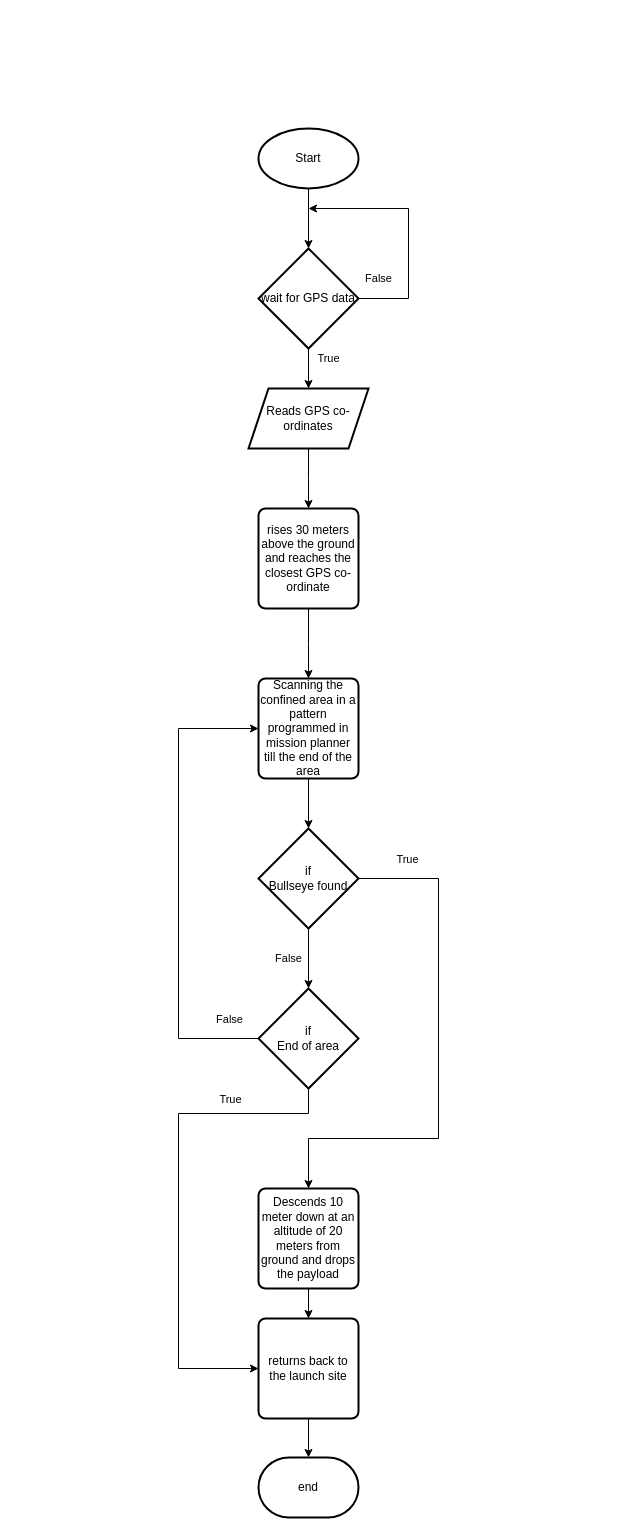
1337encrypted/Draw.io-files keeps this draw.io diagram as SAE-aerothon methodology.drawio. Above is the earlier version. Source tidied: cells renumbered, new cells numbered last; positions are measured from the earlier drawing's top-left corner, leaving out a move shared by most shapes. Both pictures are drawn from the tidied source at 100%, with x=0, y=0 at pixel (178, 128).
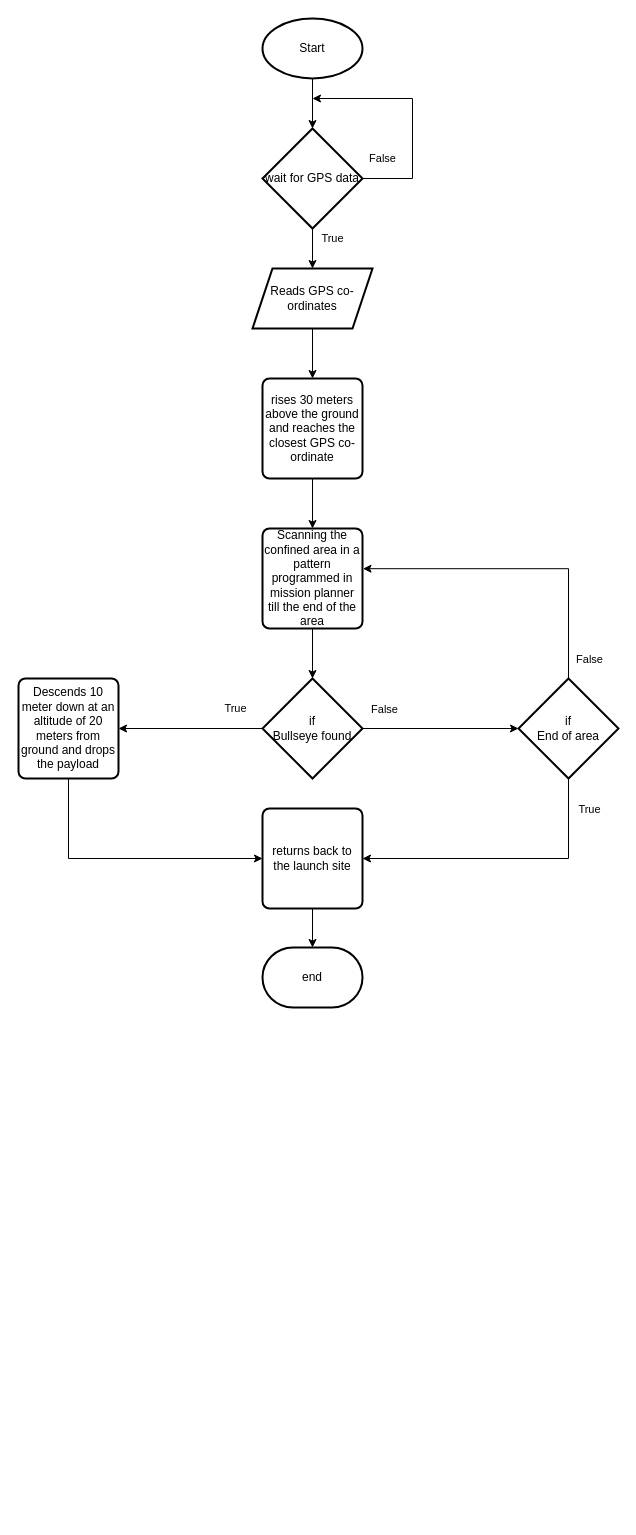
The same diagram, later.

Diff of the diagram source:
```diff
@@
-    <mxCell id="3" style="edgeStyle=orthogonalEdgeStyle;rounded=0;jettySize=auto;html=1;" parent="1" edge="1" source="4">
-      <mxGeometry relative="1" as="geometry">
-        <mxPoint x="130" y="380" as="targetPoint" />
-      </mxGeometry>
+    <mxCell id="3" style="edgeStyle=orthogonalEdgeStyle;rounded=0;jettySize=auto;html=1;entryX=0.5;entryY=0;entryDx=0;entryDy=0;" parent="1" edge="1" source="4" target="12">
+      <mxGeometry relative="1" as="geometry" />
     </mxCell>
     <mxCell id="4" value="Reads GPS co-ordinates" style="shape=parallelogram;perimeter=parallelogramPerimeter;whiteSpace=wrap;html=1;fixedSize=1;strokeWidth=2;" parent="1" vertex="1">
-      <mxGeometry x="70" y="260" width="120" height="60" as="geometry" />
+      <mxGeometry x="74" y="140" width="120" height="60" as="geometry" />
     </mxCell>
@@
     <mxCell id="6" value="Start" style="strokeWidth=2;html=1;shape=mxgraph.flowchart.start_1;whiteSpace=wrap;" parent="1" vertex="1">
-      <mxGeometry x="80" width="100" height="60" as="geometry" />
+      <mxGeometry x="84" y="-110" width="100" height="60" as="geometry" />
     </mxCell>
@@
     <mxCell id="8" value="returns back to the launch site" style="rounded=1;whiteSpace=wrap;html=1;absoluteArcSize=1;arcSize=14;strokeWidth=2;" parent="1" vertex="1">
-      <mxGeometry x="80" y="1190" width="100" height="100" as="geometry" />
+      <mxGeometry x="84" y="680" width="100" height="100" as="geometry" />
     </mxCell>
-    <mxCell id="9" style="edgeStyle=orthogonalEdgeStyle;rounded=0;jettySize=auto;html=1;entryX=0.5;entryY=0;entryDx=0;entryDy=0;" parent="1" edge="1" source="10" target="8">
-      <mxGeometry relative="1" as="geometry" />
-    </mxCell>
-    <mxCell id="10" value="Descends 10 meter down at an altitude of 20 meters from ground and drops the payload" style="rounded=1;whiteSpace=wrap;html=1;absoluteArcSize=1;arcSize=14;strokeWidth=2;" parent="1" vertex="1">
-      <mxGeometry x="80" y="1060" width="100" height="100" as="geometry" />
-    </mxCell>
-    <mxCell id="11" style="edgeStyle=orthogonalEdgeStyle;rounded=0;jettySize=auto;html=1;entryX=0.5;entryY=0;entryDx=0;entryDy=0;entryPerimeter=0;" parent="1" edge="1" source="12">
-      <mxGeometry relative="1" as="geometry">
-        <mxPoint x="130" y="550" as="targetPoint" />
-      </mxGeometry>
+    <mxCell id="11" style="edgeStyle=orthogonalEdgeStyle;rounded=0;jettySize=auto;html=1;entryX=0.5;entryY=0;entryDx=0;entryDy=0;" parent="1" edge="1" source="12" target="14">
+      <mxGeometry relative="1" as="geometry" />
     </mxCell>
     <mxCell id="12" value="rises 30 meters above the ground and reaches the closest GPS co-ordinate" style="rounded=1;whiteSpace=wrap;html=1;absoluteArcSize=1;arcSize=14;strokeWidth=2;" parent="1" vertex="1">
-      <mxGeometry x="80" y="380" width="100" height="100" as="geometry" />
+      <mxGeometry x="84" y="250" width="100" height="100" as="geometry" />
     </mxCell>
@@
     <mxCell id="14" value="Scanning the confined area in a pattern programmed in mission planner till the end of the area" style="rounded=1;whiteSpace=wrap;html=1;absoluteArcSize=1;arcSize=14;strokeWidth=2;" parent="1" vertex="1">
-      <mxGeometry x="80" y="550" width="100" height="100" as="geometry" />
+      <mxGeometry x="84" y="400" width="100" height="100" as="geometry" />
     </mxCell>
     <mxCell id="15" value="end" style="strokeWidth=2;html=1;shape=mxgraph.flowchart.terminator;whiteSpace=wrap;" parent="1" vertex="1">
-      <mxGeometry x="80" y="1329" width="100" height="60" as="geometry" />
+      <mxGeometry x="84" y="819" width="100" height="60" as="geometry" />
     </mxCell>
     <mxCell id="16" value="False" style="edgeStyle=orthogonalEdgeStyle;rounded=0;jettySize=auto;html=1;exitX=1;exitY=0.5;exitDx=0;exitDy=0;exitPerimeter=0;" parent="1" edge="1" source="17">
       <mxGeometry x="-0.83" y="20" relative="1" as="geometry">
-        <mxPoint x="130" y="80" as="targetPoint" />
+        <mxPoint x="134" y="-30" as="targetPoint" />
         <Array as="points">
-          <mxPoint x="230" y="170" />
-          <mxPoint x="230" y="80" />
+          <mxPoint x="234" y="50" />
+          <mxPoint x="234" y="-30" />
         </Array>
       </mxGeometry>
     </mxCell>
     <mxCell id="17" value="wait for GPS data" style="strokeWidth=2;html=1;shape=mxgraph.flowchart.decision;whiteSpace=wrap;" parent="1" vertex="1">
-      <mxGeometry x="80" y="120" width="100" height="100" as="geometry" />
+      <mxGeometry x="84" width="100" height="100" as="geometry" />
     </mxCell>
     <mxCell id="18" style="edgeStyle=orthogonalEdgeStyle;rounded=0;jettySize=auto;html=1;endArrow=none;" parent="1" edge="1" target="17">
       <mxGeometry relative="1" as="geometry">
-        <mxPoint x="130" y="230" as="sourcePoint" />
+        <mxPoint x="134" y="120" as="sourcePoint" />
         <Array as="points">
-          <mxPoint x="130" y="230" />
-          <mxPoint x="130" y="230" />
+          <mxPoint x="134" y="120" />
+          <mxPoint x="134" y="120" />
         </Array>
       </mxGeometry>
     </mxCell>
-    <mxCell id="19" style="edgeStyle=orthogonalEdgeStyle;rounded=0;jettySize=auto;html=1;entryX=0.5;entryY=0;entryDx=0;entryDy=0;" parent="1" edge="1" source="22" target="10">
-      <mxGeometry relative="1" as="geometry">
-        <Array as="points">
-          <mxPoint x="260" y="750" />
-          <mxPoint x="260" y="1010" />
-          <mxPoint x="130" y="1010" />
-        </Array>
-      </mxGeometry>
-    </mxCell>
-    <mxCell id="20" value="True&lt;br&gt;" style="edgeLabel;html=1;align=center;verticalAlign=middle;" parent="19" vertex="1">
-      <mxGeometry x="-0.86" relative="1" as="geometry">
-        <mxPoint x="12" y="-20" as="offset" />
-      </mxGeometry>
-    </mxCell>
-    <mxCell id="21" value="False" style="edgeStyle=orthogonalEdgeStyle;rounded=0;jettySize=auto;html=1;entryX=0.5;entryY=0;entryDx=0;entryDy=0;entryPerimeter=0;" parent="1" edge="1" source="22" target="27">
-      <mxGeometry y="-20" relative="1" as="geometry" />
+    <mxCell id="21" value="True" style="edgeStyle=orthogonalEdgeStyle;rounded=0;jettySize=auto;html=1;entryX=1;entryY=0.5;entryDx=0;entryDy=0;" parent="1" edge="1" source="22" target="10">
+      <mxGeometry x="-0.63" y="-20" relative="1" as="geometry" />
     </mxCell>
+    <mxCell id="28" style="edgeStyle=orthogonalEdgeStyle;rounded=0;jettySize=auto;html=1;entryX=0;entryY=0.5;entryDx=0;entryDy=0;entryPerimeter=0;" parent="1" edge="1" source="22" target="27">
+      <mxGeometry relative="1" as="geometry" />
+    </mxCell>
+    <mxCell id="29" value="False" style="edgeLabel;html=1;align=center;verticalAlign=middle;" parent="28" vertex="1">
+      <mxGeometry x="-0.77" y="-2" relative="1" as="geometry">
+        <mxPoint x="3" y="-22" as="offset" />
+      </mxGeometry>
+    </mxCell>
     <mxCell id="22" value="if&lt;br&gt;Bullseye found" style="strokeWidth=2;html=1;shape=mxgraph.flowchart.decision;whiteSpace=wrap;" parent="1" vertex="1">
-      <mxGeometry x="80" y="700" width="100" height="100" as="geometry" />
+      <mxGeometry x="84" y="550" width="100" height="100" as="geometry" />
     </mxCell>
+    <mxCell id="9" style="edgeStyle=orthogonalEdgeStyle;rounded=0;jettySize=auto;html=1;entryX=0;entryY=0.5;entryDx=0;entryDy=0;" parent="1" edge="1" source="10" target="8">
+      <mxGeometry relative="1" as="geometry">
+        <Array as="points">
+          <mxPoint x="-110" y="730" />
+        </Array>
+      </mxGeometry>
+    </mxCell>
+    <mxCell id="10" value="Descends 10 meter down at an altitude of 20 meters from ground and drops the payload" style="rounded=1;whiteSpace=wrap;html=1;absoluteArcSize=1;arcSize=14;strokeWidth=2;" parent="1" vertex="1">
+      <mxGeometry x="-160" y="550" width="100" height="100" as="geometry" />
+    </mxCell>
-    <mxCell id="23" style="edgeStyle=orthogonalEdgeStyle;rounded=0;jettySize=auto;html=1;entryX=0;entryY=0.5;entryDx=0;entryDy=0;" parent="1" edge="1" source="27" target="14">
+    <mxCell id="23" style="edgeStyle=orthogonalEdgeStyle;rounded=0;jettySize=auto;html=1;entryX=1.005;entryY=0.402;entryDx=0;entryDy=0;entryPerimeter=0;" parent="1" edge="1" source="27" target="14">
       <mxGeometry relative="1" as="geometry">
         <Array as="points">
-          <mxPoint y="910" />
-          <mxPoint y="600" />
+          <mxPoint x="390" y="440" />
         </Array>
       </mxGeometry>
     </mxCell>
-    <mxCell id="24" value="False" style="edgeLabel;html=1;align=center;verticalAlign=middle;" parent="23" vertex="1">
-      <mxGeometry x="-0.77" y="2" relative="1" as="geometry">
-        <mxPoint x="24" y="-22" as="offset" />
-      </mxGeometry>
-    </mxCell>
+    <mxCell id="30" value="False" style="edgeLabel;html=1;align=center;verticalAlign=middle;" parent="23" vertex="1">
+      <mxGeometry x="-0.87" y="-1" relative="1" as="geometry">
+        <mxPoint x="19" as="offset" />
+      </mxGeometry>
+    </mxCell>
-    <mxCell id="25" style="edgeStyle=orthogonalEdgeStyle;rounded=0;jettySize=auto;html=1;entryX=0;entryY=0.5;entryDx=0;entryDy=0;" parent="1" edge="1" source="27" target="8">
+    <mxCell id="25" style="edgeStyle=orthogonalEdgeStyle;rounded=0;jettySize=auto;html=1;entryX=1;entryY=0.5;entryDx=0;entryDy=0;" parent="1" edge="1" source="27" target="8">
       <mxGeometry relative="1" as="geometry">
         <Array as="points">
-          <mxPoint x="130" y="985" />
-          <mxPoint y="985" />
-          <mxPoint y="1240" />
+          <mxPoint x="390" y="730" />
         </Array>
       </mxGeometry>
     </mxCell>
     <mxCell id="26" value="True" style="edgeLabel;html=1;align=center;verticalAlign=middle;" parent="25" vertex="1">
-      <mxGeometry x="-0.78" y="-1" relative="1" as="geometry">
-        <mxPoint x="-50" y="-14" as="offset" />
+      <mxGeometry x="-0.82" y="1" relative="1" as="geometry">
+        <mxPoint x="19" y="4" as="offset" />
       </mxGeometry>
     </mxCell>
     <mxCell id="27" value="if&lt;br&gt;End of area" style="strokeWidth=2;html=1;shape=mxgraph.flowchart.decision;whiteSpace=wrap;" parent="1" vertex="1">
-      <mxGeometry x="80" y="860" width="100" height="100" as="geometry" />
+      <mxGeometry x="340" y="550" width="100" height="100" as="geometry" />
     </mxCell>
```
